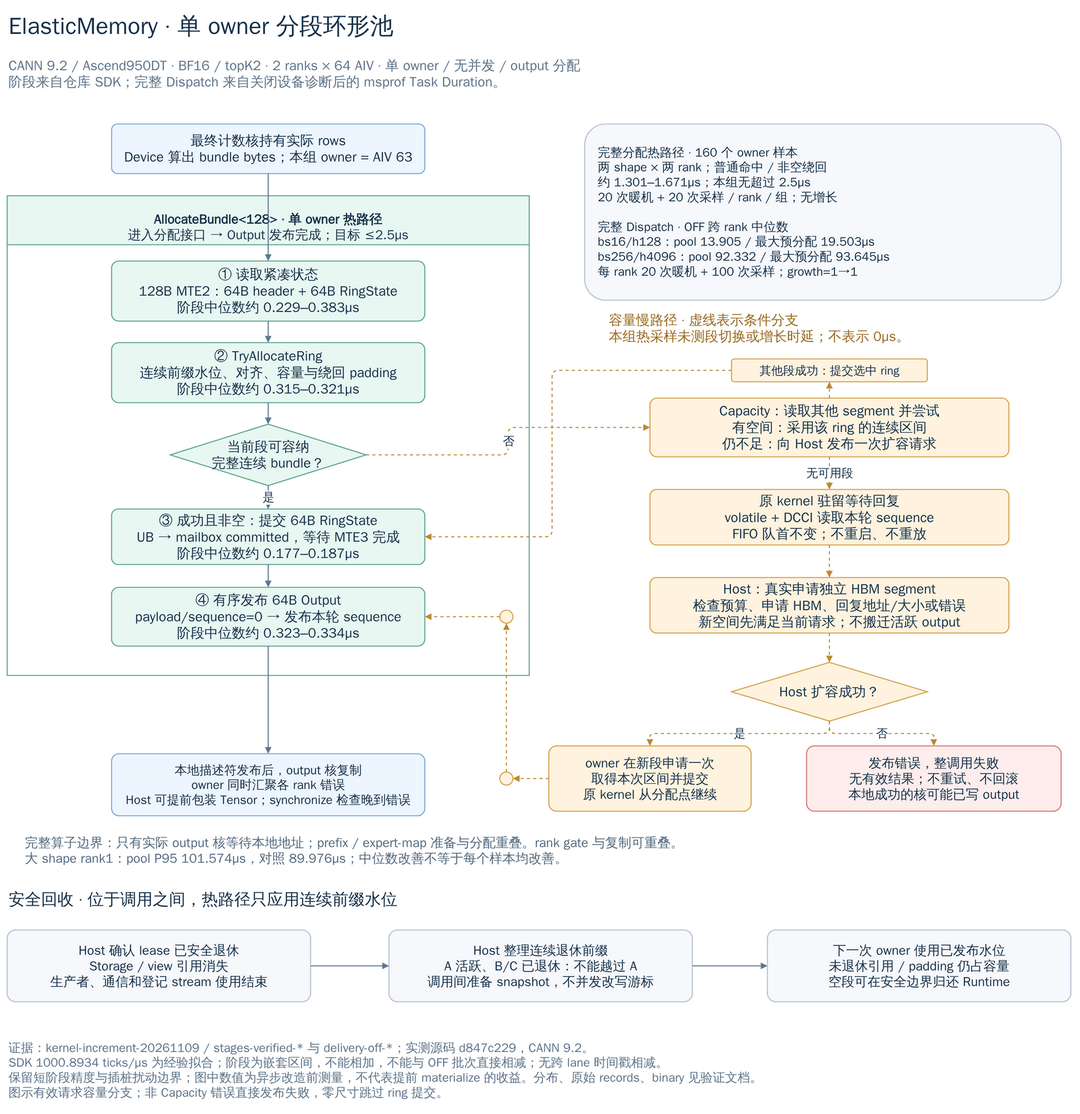
Denver17/TileXR keeps this draw.io diagram as docs/diagrams/elastic-memory/segmented-ring-allocation.drawio.png. Above is the earlier version. Source tidied: cells renumbered, new cells last; positions are measured from the earlier drawing's top-left corner, leaving out a move shared by most shapes.
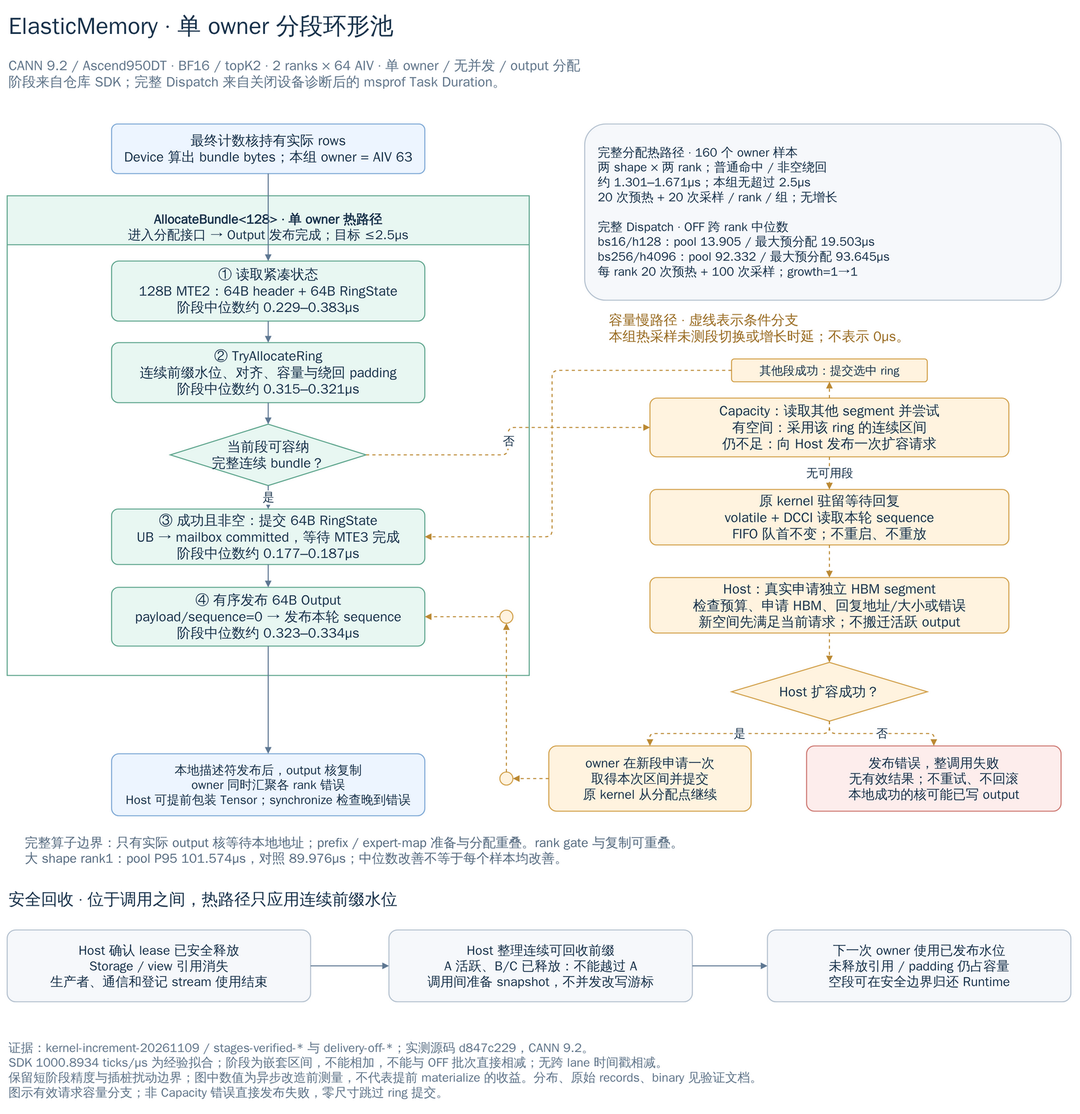
The same diagram one commit later.

The edit, as a diff of the source:
```diff
@@ -44,7 +44,7 @@
     <mxCell id="15" style="html=1;fontFamily=WenQuanYi Zen Hei;fontSize=21;fontColor=#18324B;strokeWidth=1.6;edgeStyle=orthogonalEdgeStyle;rounded=1;endArrow=block;endFill=1;fontSize=18;labelBackgroundColor=#FFFFFF;strokeColor=#5F7893;" parent="5" edge="1" source="9" target="10">
       <mxGeometry relative="1" as="geometry" />
     </mxCell>
-    <mxCell id="16" value="&lt;b&gt;完整分配热路径 · 160 个 owner 样本&lt;/b&gt;&lt;br&gt;两 shape × 两 rank；普通命中 / 非空绕回&lt;br&gt;&lt;b&gt;约 1.301–1.671µs；本组无超过 2.5µs&lt;/b&gt;&lt;br&gt;20 次暖机 + 20 次采样 / rank / 组；无增长&lt;br&gt;&lt;br&gt;&lt;b&gt;完整 Dispatch · OFF 跨 rank 中位数&lt;/b&gt;&lt;br&gt;bs16/h128：pool 13.905 / 最大预分配 19.503µs&lt;br&gt;bs256/h4096：pool 92.332 / 最大预分配 93.645µs&lt;br&gt;每 rank 20 次暖机 + 100 次采样；growth=1→1" style="html=1;whiteSpace=wrap;fontFamily=WenQuanYi Zen Hei;fontSize=21;fontColor=#18324B;strokeWidth=1.6;rounded=1;arcSize=12;fillColor=#F6F8FB;strokeColor=#B5C2D0;spacing=10;align=left;spacing=20;fontSize=19;" parent="1" vertex="1">
+    <mxCell id="16" value="&lt;b&gt;完整分配热路径 · 160 个 owner 样本&lt;/b&gt;&lt;br&gt;两 shape × 两 rank；普通命中 / 非空绕回&lt;br&gt;&lt;b&gt;约 1.301–1.671µs；本组无超过 2.5µs&lt;/b&gt;&lt;br&gt;20 次预热 + 20 次采样 / rank / 组；无增长&lt;br&gt;&lt;br&gt;&lt;b&gt;完整 Dispatch · OFF 跨 rank 中位数&lt;/b&gt;&lt;br&gt;bs16/h128：pool 13.905 / 最大预分配 19.503µs&lt;br&gt;bs256/h4096：pool 92.332 / 最大预分配 93.645µs&lt;br&gt;每 rank 20 次预热 + 100 次采样；growth=1→1" style="html=1;whiteSpace=wrap;fontFamily=WenQuanYi Zen Hei;fontSize=21;fontColor=#18324B;strokeWidth=1.6;rounded=1;arcSize=12;fillColor=#F6F8FB;strokeColor=#B5C2D0;spacing=10;align=left;spacing=20;fontSize=19;" parent="1" vertex="1">
       <mxGeometry x="885" y="180" width="730" height="270" as="geometry" />
     </mxCell>
     <mxCell id="17" value="&lt;b&gt;容量慢路径 · 虚线表示条件分支&lt;/b&gt;&lt;br&gt;本组热采样未测段切换或增长时延；不表示 0µs。" style="html=1;whiteSpace=wrap;fontFamily=WenQuanYi Zen Hei;fontSize=21;fontColor=#18324B;strokeWidth=1.6;shape=text;strokeColor=none;fillColor=none;fontSize=21;fontColor=#9A6C22;align=left;" parent="1" vertex="1">
@@ -127,13 +127,13 @@
     <mxCell id="41" value="&lt;b&gt;安全回收 · 位于调用之间，热路径只应用连续前缀水位&lt;/b&gt;" style="html=1;whiteSpace=wrap;fontFamily=WenQuanYi Zen Hei;fontSize=21;fontColor=#18324B;strokeWidth=1.6;shape=text;strokeColor=none;fillColor=none;fontSize=25;fontColor=#18324B;align=left;" parent="1" vertex="1">
       <mxGeometry y="1345" width="1630" height="45" as="geometry" />
     </mxCell>
-    <mxCell id="42" value="&lt;b&gt;Host 确认 lease 已安全退休&lt;/b&gt;&lt;br&gt;Storage / view 引用消失&lt;br&gt;生产者、通信和登记 stream 使用结束" style="html=1;whiteSpace=wrap;fontFamily=WenQuanYi Zen Hei;fontSize=21;fontColor=#18324B;strokeWidth=1.6;rounded=1;arcSize=12;fillColor=#F6F8FB;strokeColor=#B5C2D0;spacing=10;fontSize=20;" parent="1" vertex="1">
+    <mxCell id="42" value="&lt;b&gt;Host 确认 lease 已安全释放&lt;/b&gt;&lt;br&gt;Storage / view 引用消失&lt;br&gt;生产者、通信和登记 stream 使用结束" style="html=1;whiteSpace=wrap;fontFamily=WenQuanYi Zen Hei;fontSize=21;fontColor=#18324B;strokeWidth=1.6;rounded=1;arcSize=12;fillColor=#F6F8FB;strokeColor=#B5C2D0;spacing=10;fontSize=20;" parent="1" vertex="1">
       <mxGeometry y="1415" width="465" height="110" as="geometry" />
     </mxCell>
-    <mxCell id="43" value="&lt;b&gt;Host 整理连续退休前缀&lt;/b&gt;&lt;br&gt;A 活跃、B/C 已退休：不能越过 A&lt;br&gt;调用间准备 snapshot，不并发改写游标" style="html=1;whiteSpace=wrap;fontFamily=WenQuanYi Zen Hei;fontSize=21;fontColor=#18324B;strokeWidth=1.6;rounded=1;arcSize=12;fillColor=#F6F8FB;strokeColor=#B5C2D0;spacing=10;fontSize=20;" parent="1" vertex="1">
+    <mxCell id="43" value="&lt;b&gt;Host 整理连续可回收前缀&lt;/b&gt;&lt;br&gt;A 活跃、B/C 已释放：不能越过 A&lt;br&gt;调用间准备 snapshot，不并发改写游标" style="html=1;whiteSpace=wrap;fontFamily=WenQuanYi Zen Hei;fontSize=21;fontColor=#18324B;strokeWidth=1.6;rounded=1;arcSize=12;fillColor=#F6F8FB;strokeColor=#B5C2D0;spacing=10;fontSize=20;" parent="1" vertex="1">
       <mxGeometry x="585" y="1415" width="465" height="110" as="geometry" />
     </mxCell>
-    <mxCell id="44" value="&lt;b&gt;下一次 owner 使用已发布水位&lt;/b&gt;&lt;br&gt;未退休引用 / padding 仍占容量&lt;br&gt;空段可在安全边界归还 Runtime" style="html=1;whiteSpace=wrap;fontFamily=WenQuanYi Zen Hei;fontSize=21;fontColor=#18324B;strokeWidth=1.6;rounded=1;arcSize=12;fillColor=#F6F8FB;strokeColor=#B5C2D0;spacing=10;fontSize=20;" parent="1" vertex="1">
+    <mxCell id="44" value="&lt;b&gt;下一次 owner 使用已发布水位&lt;/b&gt;&lt;br&gt;未释放引用 / padding 仍占容量&lt;br&gt;空段可在安全边界归还 Runtime" style="html=1;whiteSpace=wrap;fontFamily=WenQuanYi Zen Hei;fontSize=21;fontColor=#18324B;strokeWidth=1.6;rounded=1;arcSize=12;fillColor=#F6F8FB;strokeColor=#B5C2D0;spacing=10;fontSize=20;" parent="1" vertex="1">
       <mxGeometry x="1165" y="1415" width="465" height="110" as="geometry" />
     </mxCell>
     <mxCell id="45" style="html=1;fontFamily=WenQuanYi Zen Hei;fontSize=21;fontColor=#18324B;strokeWidth=1.6;edgeStyle=orthogonalEdgeStyle;rounded=1;endArrow=block;endFill=1;fontSize=18;labelBackgroundColor=#FFFFFF;strokeColor=#5F7893;" parent="1" edge="1" source="42" target="43">
```
